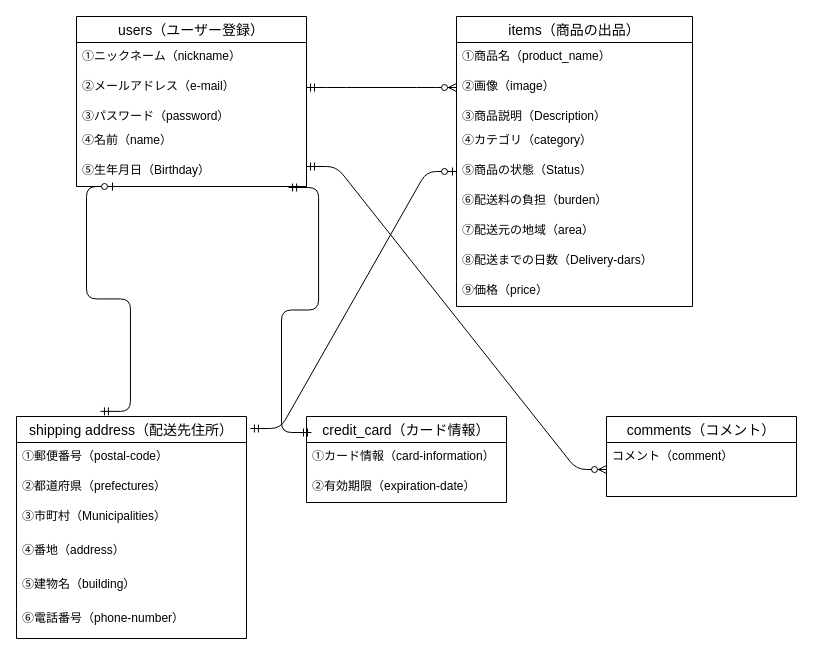
Before: test.dio in GYO002/furima-35723, a draw.io diagram. Source tidied: cells renumbered, new cells numbered last; positions are measured from the earlier drawing's top-left corner, leaving out a move shared by most shapes. Both pictures are drawn from the tidied source at 100%, with x=0, y=0 at pixel (16, 16).
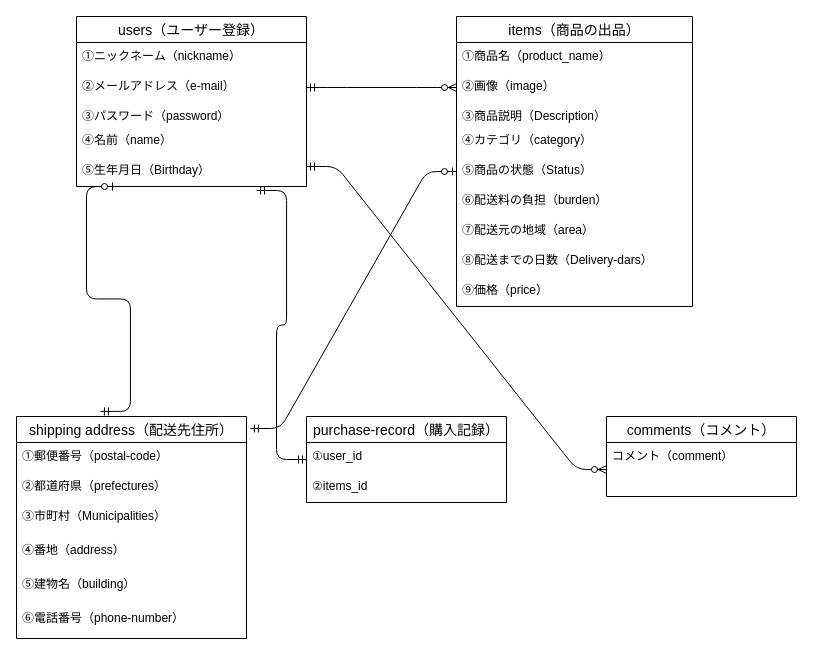
After the change.

Unchanged cells that the change refers to:
```xml
<mxCell id="7" value="⑤生年月日（Birthday）" style="text;spacingLeft=4;spacingRight=4;overflow=hidden;points=[[0,0.5],[1,0.5]];portConstraint=eastwest;fontSize=12;" parent="2" vertex="1">
  <mxGeometry y="140" width="230" height="30" as="geometry" />
</mxCell>
```

Diff of the diagram source:
```diff
@@
-    <mxCell id="25" value="credit_card（カード情報）" style="swimlane;fontStyle=0;horizontal=1;startSize=26;align=center;fontSize=14;" parent="1" vertex="1">
+    <mxCell id="25" value="purchase-record（購入記録）" style="swimlane;fontStyle=0;horizontal=1;startSize=26;align=center;fontSize=14;" parent="1" vertex="1">
       <mxGeometry x="290" y="400" width="200" height="86" as="geometry" />
     </mxCell>
-    <mxCell id="26" value="①カード情報（card-information）" style="text;strokeColor=none;fillColor=none;spacingLeft=4;spacingRight=4;overflow=hidden;fontSize=12;" parent="25" vertex="1">
+    <mxCell id="26" value="①user_id" style="text;strokeColor=none;fillColor=none;spacingLeft=4;spacingRight=4;overflow=hidden;fontSize=12;" parent="25" vertex="1">
       <mxGeometry y="26" width="200" height="30" as="geometry" />
     </mxCell>
-    <mxCell id="27" value="②有効期限（expiration-date）" style="text;strokeColor=none;fillColor=none;spacingLeft=4;spacingRight=4;overflow=hidden;fontSize=12;" parent="25" vertex="1">
+    <mxCell id="27" value="②items_id" style="text;strokeColor=none;fillColor=none;spacingLeft=4;spacingRight=4;overflow=hidden;fontSize=12;" parent="25" vertex="1">
       <mxGeometry y="56" width="200" height="30" as="geometry" />
     </mxCell>
@@
-    <mxCell id="31" style="edgeStyle=entityRelationEdgeStyle;fontSize=12;html=1;endArrow=ERmandOne;startArrow=ERmandOne;exitX=0.883;exitY=1.033;exitDx=0;exitDy=0;exitPerimeter=0;entryX=-0.02;entryY=0.186;entryDx=0;entryDy=0;entryPerimeter=0;" parent="1" edge="1">
-      <mxGeometry relative="1" as="geometry">
-        <mxPoint x="272.1" y="171" as="sourcePoint" />
-        <mxPoint x="295" y="416" as="targetPoint" />
-      </mxGeometry>
-    </mxCell>
@@
+    <mxCell id="35" style="edgeStyle=entityRelationEdgeStyle;fontSize=12;html=1;endArrow=ERmandOne;startArrow=ERmandOne;entryX=0.783;entryY=1.133;entryDx=0;entryDy=0;entryPerimeter=0;" parent="1" edge="1" source="25" target="7">
+      <mxGeometry relative="1" as="geometry" />
+    </mxCell>
```
